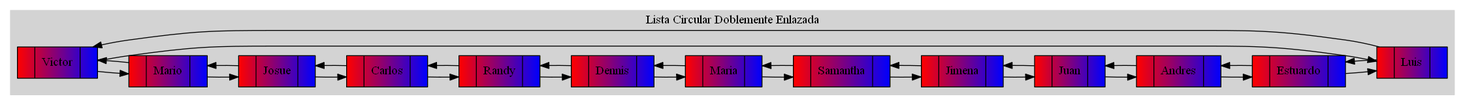
This is graficaLCD.png from Tiago-130414/EDD_1S2019_P1_201313722, a Graphviz export, as it was before one commit. Its source is kept beside it as graficaLCD.dot.
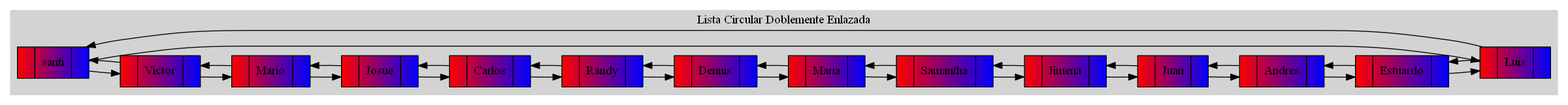
The same file after the commit.

The edit, as a diff of the source:
```diff
@@ -5,6 +5,7 @@
 style=filled;
 color = lightgrey;
 node[shape=record];
+Nodosanti[label="{ |santi| }"style = filled, fillcolor = "red:blue"];
 NodoVictor[label="{ |Victor| }"style = filled, fillcolor = "red:blue"];
 NodoMario[label="{ |Mario| }"style = filled, fillcolor = "red:blue"];
 NodoJosue[label="{ |Josue| }"style = filled, fillcolor = "red:blue"];
@@ -18,6 +19,8 @@
 NodoAndres[label="{ |Andres| }"style = filled, fillcolor = "red:blue"];
 NodoEstuardo[label="{ |Estuardo| }"style = filled, fillcolor = "red:blue"];
 NodoLuis[label="{ |Luis| }"style = filled, fillcolor = "red:blue"];
+Nodosanti->NodoVictor;
+NodoVictor->Nodosanti;
 NodoVictor->NodoMario;
 NodoMario->NodoVictor;
 NodoMario->NodoJosue;
@@ -42,8 +45,8 @@
 NodoEstuardo->NodoAndres;
 NodoEstuardo->NodoLuis;
 NodoLuis->NodoEstuardo;
-NodoLuis->NodoVictor;
-NodoVictor->NodoLuis;
+NodoLuis->Nodosanti;
+Nodosanti->NodoLuis;
 label = "Lista Circular Doblemente Enlazada";
 }
 }
```
